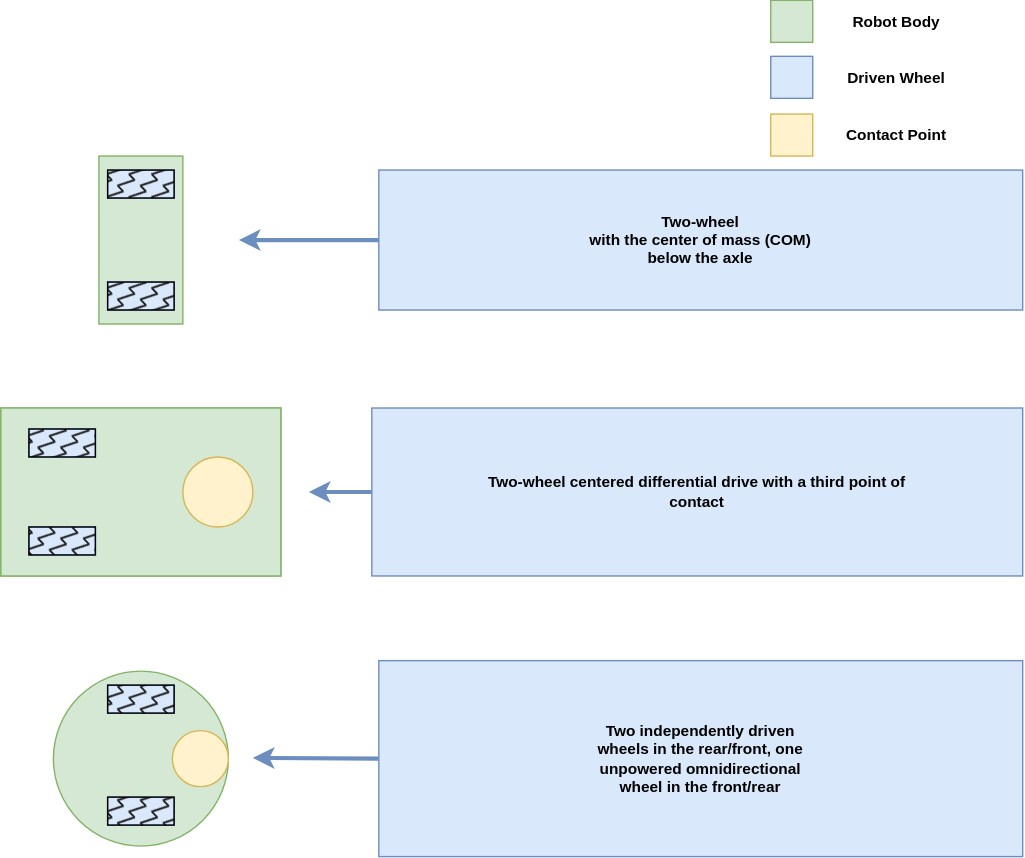
Earlier version of the draw.io export Figures/DifferentialDrive.drawio.svg (orjano-max/ORJANOS_MASTER_REPO). Source tidied: cells renumbered, new cells last; positions are measured from the earlier drawing's top-left corner, leaving out a move shared by most shapes.
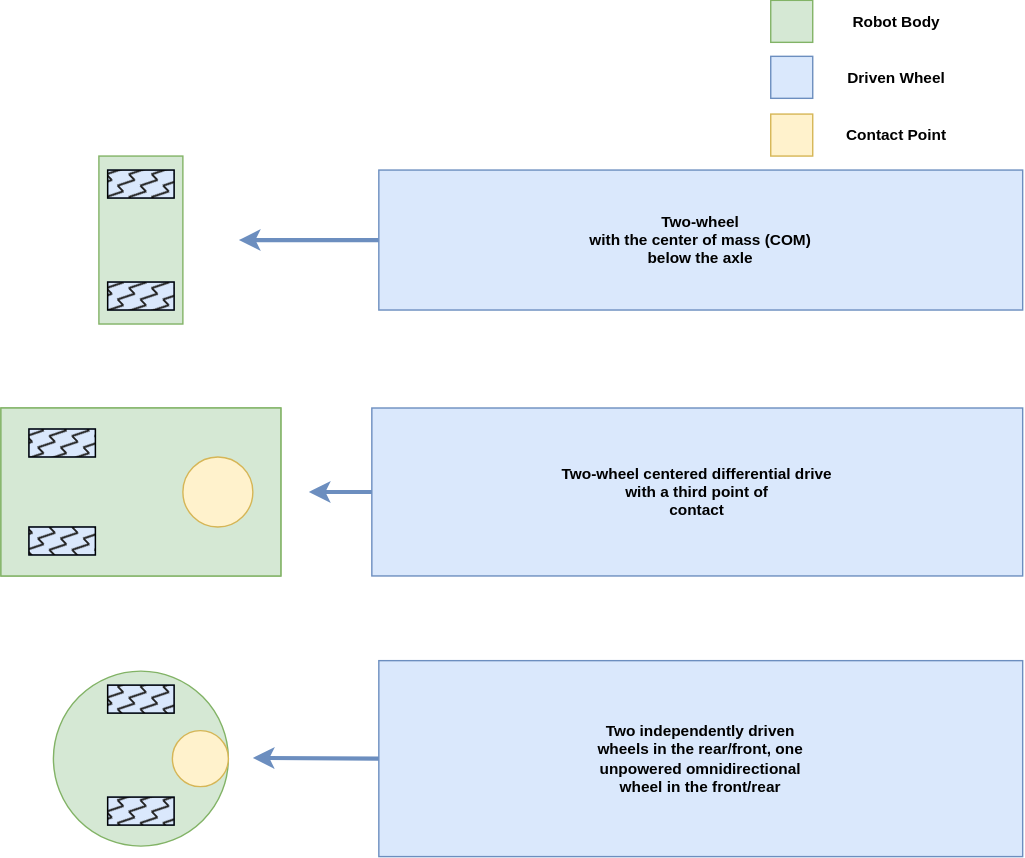
Above is the later version.

What changed in the source:
```diff
@@ -70,7 +70,7 @@
     <mxCell id="23" value="Two-wheel &lt;span class=&quot;&quot; dir=&quot;ltr&quot; role=&quot;presentation&quot; style=&quot;left: 42.26%; top: 25.94%; font-size: 11px; transform: scaleX(0.80275);&quot;&gt;&lt;/span&gt;&lt;br role=&quot;presentation&quot; style=&quot;font-size: 11px;&quot;&gt;&lt;span dir=&quot;ltr&quot; role=&quot;presentation&quot; style=&quot;left: 42.26%; top: 27.63%; font-size: 11px; transform: scaleX(0.793681);&quot;&gt;with the center of mass (COM)&lt;/span&gt;&lt;br role=&quot;presentation&quot; style=&quot;font-size: 11px;&quot;&gt;&lt;span dir=&quot;ltr&quot; role=&quot;presentation&quot; style=&quot;left: 42.26%; top: 29.32%; font-size: 11px; transform: scaleX(0.79215);&quot;&gt;below the axle&lt;/span&gt;" style="text;html=1;strokeColor=#6c8ebf;fillColor=#dae8fc;align=center;verticalAlign=middle;whiteSpace=wrap;rounded=0;fontSize=11;fontStyle=1;fontFamily=Helvetica;" parent="1" vertex="1">
       <mxGeometry x="270" y="121" width="460" height="100" as="geometry" />
     </mxCell>
-    <mxCell id="24" value="Two-wheel centered differen&lt;span class=&quot;&quot; dir=&quot;ltr&quot; role=&quot;presentation&quot; style=&quot;left: 42.26%; top: 36.37%; font-size: 11px; transform: scaleX(0.788026);&quot;&gt;tial drive with a third point of&lt;/span&gt;&lt;br role=&quot;presentation&quot; style=&quot;font-size: 11px;&quot;&gt;&lt;span dir=&quot;ltr&quot; role=&quot;presentation&quot; style=&quot;left: 42.26%; top: 38.07%; font-size: 11px; transform: scaleX(0.766178);&quot;&gt;contact&lt;/span&gt;" style="text;html=1;strokeColor=#6c8ebf;fillColor=#dae8fc;align=center;verticalAlign=middle;whiteSpace=wrap;rounded=0;fontSize=11;fontStyle=1;fontFamily=Helvetica;" parent="1" vertex="1">
+    <mxCell id="24" value="Two-wheel centered differen&lt;span class=&quot;&quot; dir=&quot;ltr&quot; role=&quot;presentation&quot; style=&quot;left: 42.26%; top: 36.37%; font-size: 11px; transform: scaleX(0.788026);&quot;&gt;tial drive &lt;br&gt;with a third point of&lt;/span&gt;&lt;br role=&quot;presentation&quot; style=&quot;font-size: 11px;&quot;&gt;&lt;span dir=&quot;ltr&quot; role=&quot;presentation&quot; style=&quot;left: 42.26%; top: 38.07%; font-size: 11px; transform: scaleX(0.766178);&quot;&gt;contact&lt;/span&gt;" style="text;html=1;strokeColor=#6c8ebf;fillColor=#dae8fc;align=center;verticalAlign=middle;whiteSpace=wrap;rounded=0;fontSize=11;fontStyle=1;fontFamily=Helvetica;" parent="1" vertex="1">
       <mxGeometry x="265" y="291" width="465" height="120" as="geometry" />
     </mxCell>
     <mxCell id="25" value="Two independently driven&lt;br role=&quot;presentation&quot; style=&quot;font-size: 11px;&quot;&gt;&lt;span dir=&quot;ltr&quot; role=&quot;presentation&quot; style=&quot;left: 42.26%; top: 44.73%; font-size: 11px; transform: scaleX(0.773424);&quot;&gt;wheels in the rear/front, one&lt;/span&gt;&lt;br role=&quot;presentation&quot; style=&quot;font-size: 11px;&quot;&gt;&lt;span dir=&quot;ltr&quot; role=&quot;presentation&quot; style=&quot;left: 42.26%; top: 46.44%; font-size: 11px; transform: scaleX(0.78742);&quot;&gt;unpowered omnidirectional&lt;/span&gt;&lt;br role=&quot;presentation&quot; style=&quot;font-size: 11px;&quot;&gt;&lt;span dir=&quot;ltr&quot; role=&quot;presentation&quot; style=&quot;left: 42.26%; top: 48.13%; font-size: 11px; transform: scaleX(0.771916);&quot;&gt;wheel in the front/rear&lt;/span&gt;" style="text;html=1;strokeColor=#6c8ebf;fillColor=#dae8fc;align=center;verticalAlign=middle;whiteSpace=wrap;rounded=0;fontSize=11;fontStyle=1;fontFamily=Helvetica;" parent="1" vertex="1">
```
